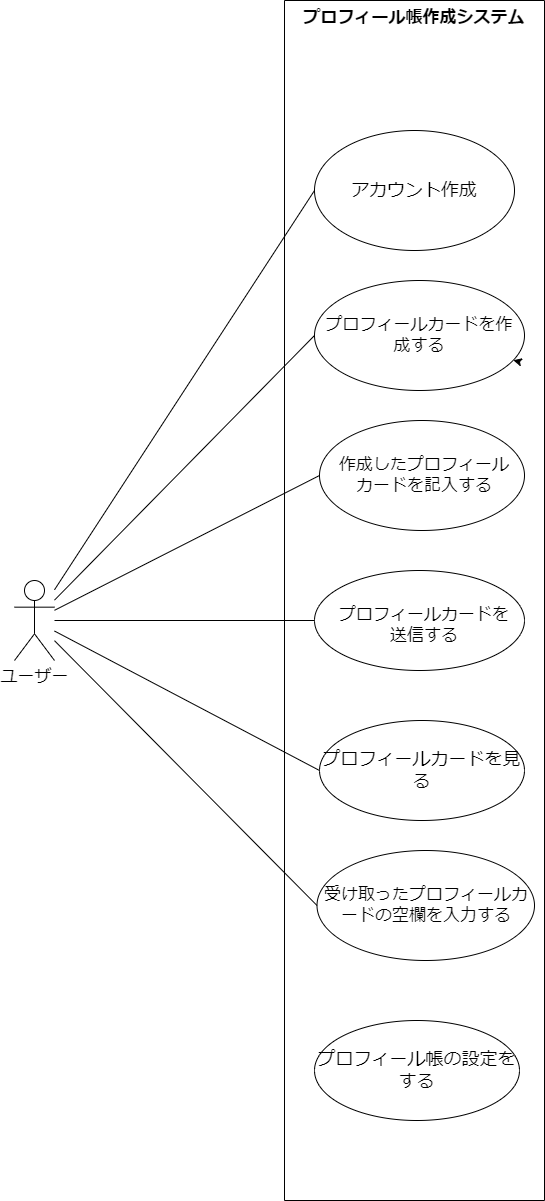
This is usecase.drawio.png from MoritMorit/psp-pro4, a draw.io export, as it was before one commit. Source tidied: cells renumbered, new cells last; positions are measured from the earlier drawing's top-left corner, leaving out a move shared by most shapes.
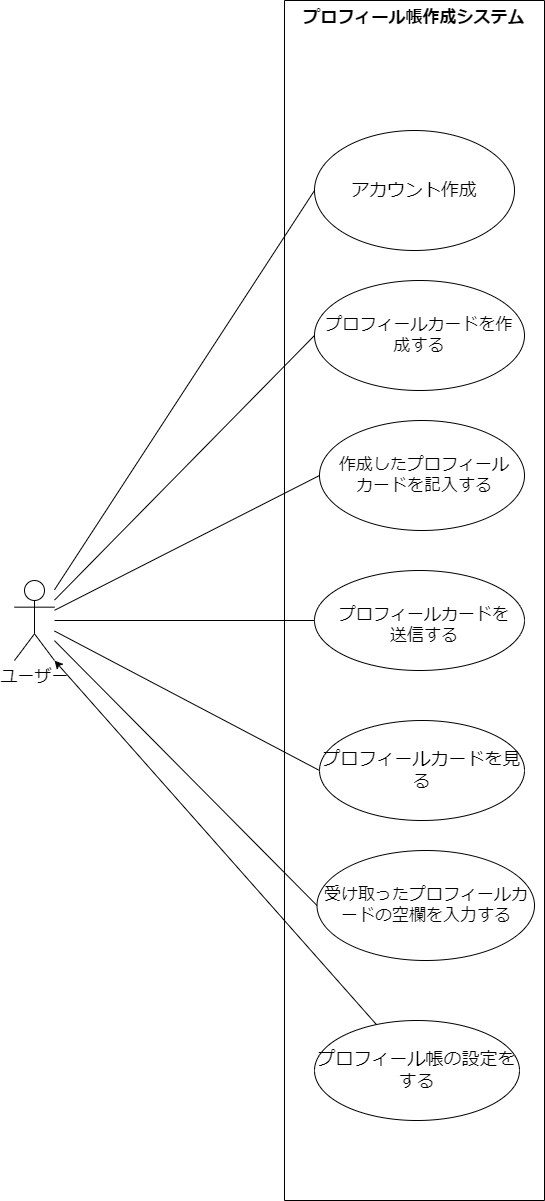
The same diagram one commit later.

Diff of the diagram source:
```diff
@@ -61,5 +61,8 @@
         <mxPoint x="300" y="190" as="targetPoint" />
       </mxGeometry>
     </mxCell>
+    <mxCell id="21" style="edgeStyle=none;html=1;entryX=1;entryY=1;entryDx=0;entryDy=0;entryPerimeter=0;" parent="1" edge="1" source="19" target="2">
+      <mxGeometry relative="1" as="geometry" />
+    </mxCell>
   </root>
 </mxGraphModel>
```
